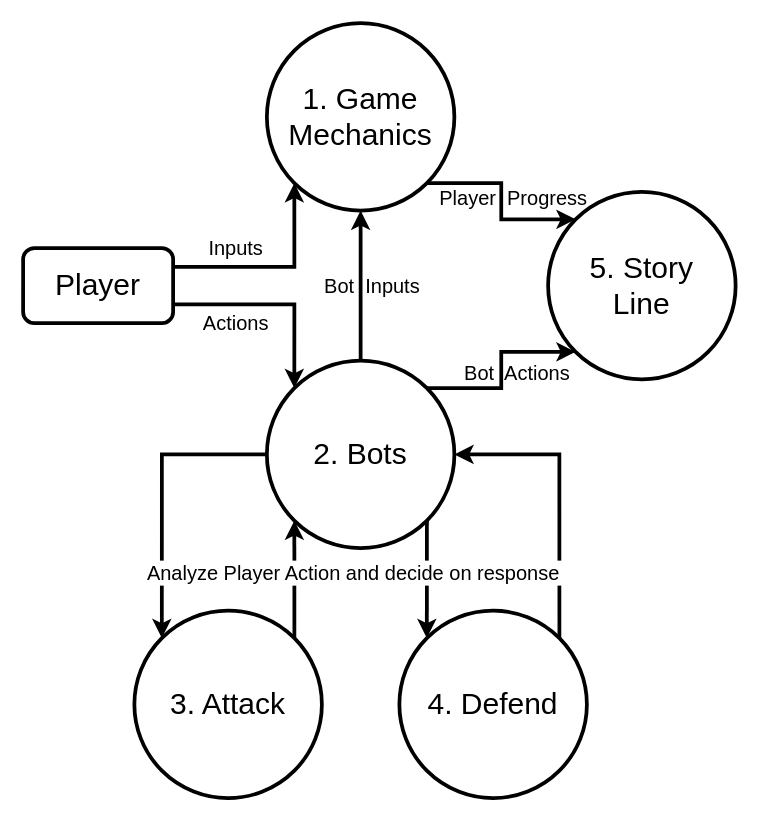
Earlier version of the draw.io diagram Pictures/dataflow/Level 1.3.4.drawio (FM-Man/SPL_2). Source tidied: cells renumbered, new cells numbered last; positions are measured from the earlier drawing's top-left corner, leaving out a move shared by most shapes. Both pictures are drawn from the tidied source at 125%, with x=0, y=0 at pixel (22, 22).
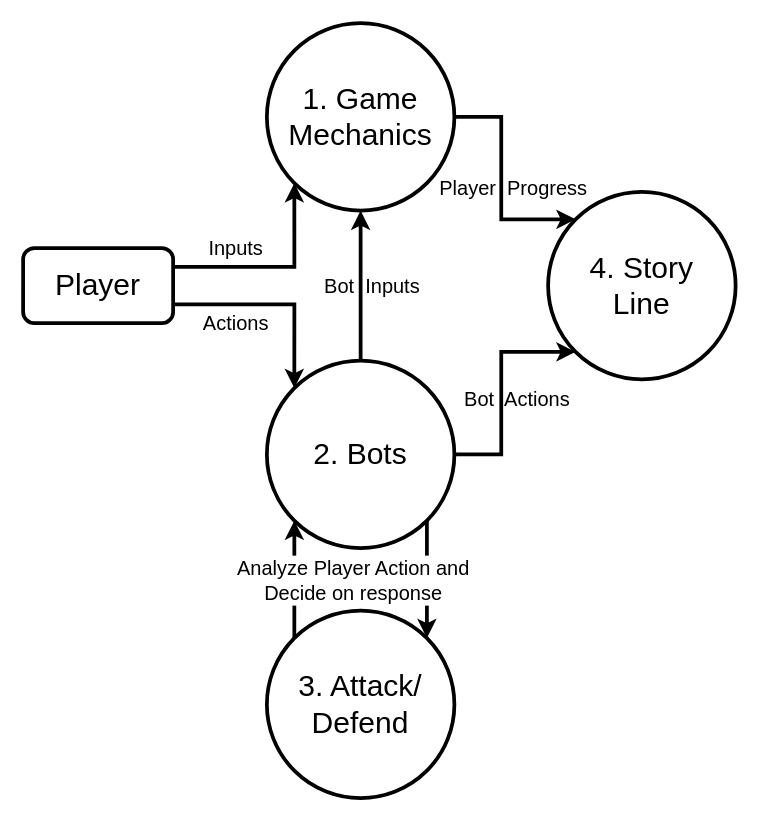
Above is the later version.

The change refers to these unchanged cells:
```xml
<mxCell id="6" value="1. Game Mechanics" style="ellipse;whiteSpace=wrap;html=1;fontSize=24;strokeWidth=3;" parent="1" vertex="1">
  <mxGeometry x="195" width="150" height="150" as="geometry" />
</mxCell>
<mxCell id="11" value="2. Bots" style="ellipse;whiteSpace=wrap;html=1;fontSize=24;strokeWidth=3;" parent="1" vertex="1">
  <mxGeometry x="195" y="270" width="150" height="150" as="geometry" />
</mxCell>
```

Change to the diagram source:
```diff
@@
-    <mxCell id="5" style="edgeStyle=orthogonalEdgeStyle;rounded=0;jettySize=auto;html=1;exitX=1;exitY=1;exitDx=0;exitDy=0;entryX=0;entryY=0;entryDx=0;entryDy=0;strokeWidth=3;" parent="1" edge="1" source="6" target="12">
+    <mxCell id="5" style="edgeStyle=orthogonalEdgeStyle;rounded=0;jettySize=auto;html=1;exitX=1;exitY=0.5;exitDx=0;exitDy=0;entryX=0;entryY=0;entryDx=0;entryDy=0;strokeWidth=3;" parent="1" edge="1" source="6" target="12">
       <mxGeometry relative="1" as="geometry" />
     </mxCell>
@@
-    <mxCell id="7" style="edgeStyle=orthogonalEdgeStyle;rounded=0;jettySize=auto;html=1;exitX=0;exitY=0.5;exitDx=0;exitDy=0;entryX=0;entryY=0;entryDx=0;entryDy=0;strokeWidth=3;" parent="1" edge="1" source="11" target="14">
-      <mxGeometry relative="1" as="geometry" />
-    </mxCell>
-    <mxCell id="8" style="edgeStyle=orthogonalEdgeStyle;rounded=0;jettySize=auto;html=1;exitX=1;exitY=1;exitDx=0;exitDy=0;entryX=0;entryY=0;entryDx=0;entryDy=0;strokeWidth=3;" parent="1" edge="1" source="11" target="16">
-      <mxGeometry relative="1" as="geometry" />
-    </mxCell>
-    <mxCell id="9" style="edgeStyle=orthogonalEdgeStyle;rounded=0;jettySize=auto;html=1;exitX=1;exitY=0;exitDx=0;exitDy=0;entryX=0;entryY=1;entryDx=0;entryDy=0;strokeWidth=3;" parent="1" edge="1" source="11" target="12">
+    <mxCell id="9" style="edgeStyle=orthogonalEdgeStyle;rounded=0;jettySize=auto;html=1;exitX=1;exitY=0.5;exitDx=0;exitDy=0;entryX=0;entryY=1;entryDx=0;entryDy=0;strokeWidth=3;" parent="1" edge="1" source="11" target="12">
       <mxGeometry relative="1" as="geometry" />
     </mxCell>
@@
+    <mxCell id="7" style="edgeStyle=orthogonalEdgeStyle;rounded=0;jettySize=auto;html=1;exitX=1;exitY=1;exitDx=0;exitDy=0;entryX=1;entryY=0;entryDx=0;entryDy=0;fontSize=16;strokeWidth=3;" parent="1" edge="1" source="11" target="14">
+      <mxGeometry relative="1" as="geometry" />
+    </mxCell>
@@
-    <mxCell id="12" value="&lt;div&gt;5. Story&lt;/div&gt;&lt;div&gt;Line&lt;br&gt;&lt;/div&gt;" style="ellipse;whiteSpace=wrap;html=1;fontSize=24;strokeWidth=3;" parent="1" vertex="1">
+    <mxCell id="12" value="&lt;div&gt;4. Story&lt;/div&gt;&lt;div&gt;Line&lt;br&gt;&lt;/div&gt;" style="ellipse;whiteSpace=wrap;html=1;fontSize=24;strokeWidth=3;" parent="1" vertex="1">
       <mxGeometry x="420" y="135" width="150" height="150" as="geometry" />
     </mxCell>
-    <mxCell id="13" style="edgeStyle=orthogonalEdgeStyle;rounded=0;jettySize=auto;html=1;exitX=1;exitY=0;exitDx=0;exitDy=0;entryX=0;entryY=1;entryDx=0;entryDy=0;strokeWidth=3;" parent="1" edge="1" source="14" target="11">
+    <mxCell id="13" style="edgeStyle=orthogonalEdgeStyle;rounded=0;jettySize=auto;html=1;exitX=0;exitY=0;exitDx=0;exitDy=0;entryX=0;entryY=1;entryDx=0;entryDy=0;fontSize=16;strokeWidth=3;" parent="1" edge="1" source="14" target="11">
       <mxGeometry relative="1" as="geometry" />
     </mxCell>
-    <mxCell id="14" value="3. Attack" style="ellipse;whiteSpace=wrap;html=1;fontSize=24;strokeWidth=3;" parent="1" vertex="1">
-      <mxGeometry x="89" y="470" width="150" height="150" as="geometry" />
+    <mxCell id="14" value="3. Attack/ Defend" style="ellipse;whiteSpace=wrap;html=1;fontSize=24;strokeWidth=3;" parent="1" vertex="1">
+      <mxGeometry x="195" y="470" width="150" height="150" as="geometry" />
     </mxCell>
-    <mxCell id="15" style="edgeStyle=orthogonalEdgeStyle;rounded=0;jettySize=auto;html=1;exitX=1;exitY=0;exitDx=0;exitDy=0;entryX=1;entryY=0.5;entryDx=0;entryDy=0;strokeWidth=3;" parent="1" edge="1" source="16" target="11">
-      <mxGeometry relative="1" as="geometry" />
-    </mxCell>
-    <mxCell id="16" value="4. Defend" style="ellipse;whiteSpace=wrap;html=1;fontSize=24;strokeWidth=3;" parent="1" vertex="1">
-      <mxGeometry x="301" y="470" width="150" height="150" as="geometry" />
-    </mxCell>
@@
     <mxCell id="20" value="Player&amp;nbsp; Progress" style="text;html=1;align=center;verticalAlign=middle;strokeColor=none;fillColor=none;fontSize=16;" parent="1" vertex="1">
-      <mxGeometry x="327" y="130" width="130" height="20" as="geometry" />
+      <mxGeometry x="327" y="122" width="130" height="20" as="geometry" />
     </mxCell>
     <mxCell id="21" value="Bot&amp;nbsp; Actions" style="text;html=1;align=center;verticalAlign=middle;strokeColor=none;fillColor=none;fontSize=16;" parent="1" vertex="1">
-      <mxGeometry x="345" y="270" width="100" height="20" as="geometry" />
+      <mxGeometry x="345" y="291" width="100" height="20" as="geometry" />
     </mxCell>
-    <mxCell id="22" value="Analyze Player Action and decide on response" style="text;html=1;align=center;verticalAlign=middle;strokeColor=none;fillColor=default;fontSize=16;" parent="1" vertex="1">
-      <mxGeometry x="89" y="430" width="350" height="20" as="geometry" />
+    <mxCell id="22" value="&lt;div&gt;Analyze Player Action and&lt;/div&gt;&lt;div&gt;Decide on response&lt;/div&gt;" style="text;html=1;align=center;verticalAlign=middle;strokeColor=none;fillColor=default;fontSize=16;" parent="1" vertex="1">
+      <mxGeometry x="164" y="426" width="200" height="40" as="geometry" />
     </mxCell>
```
